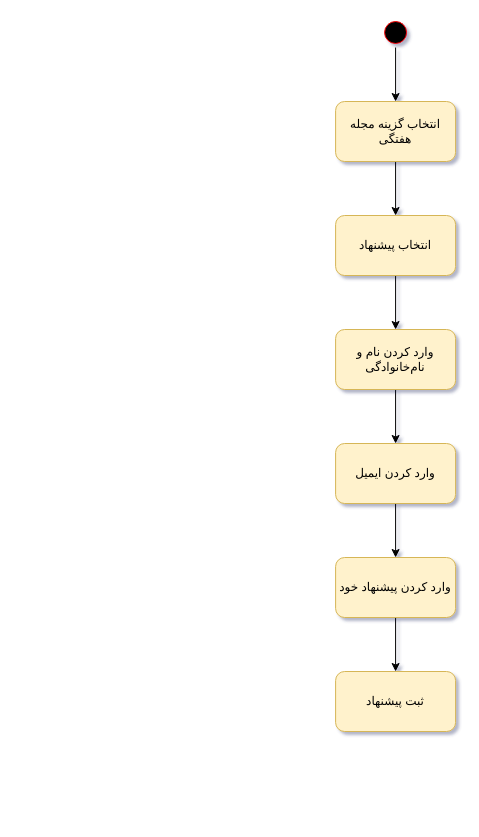
Above: page "پیشنهاد برای مجله" (4 of 19) of ActivityDiagram.drawio in Matinrezaei/Software-Lab (draw.io), before the change. Source tidied: cells renumbered, new cells numbered last; positions are measured from the earlier drawing's top-left corner, leaving out a move shared by most shapes. Both pictures are drawn from the tidied source at 100%, with x=0, y=0 at pixel (335, 17).
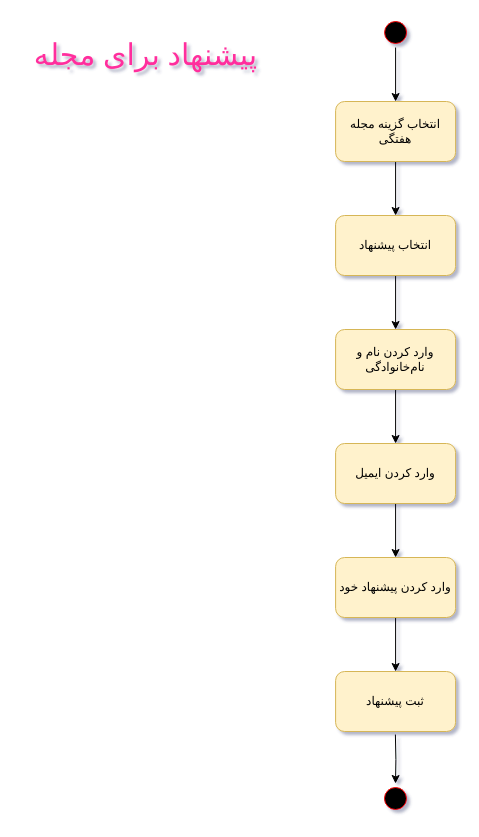
Above is the later version.

Change to the diagram source:
```diff
@@
 <mxGraphModel shadow="1">
   <root>
     <mxCell id="0" />
     <mxCell id="1" parent="0" />
     <mxCell id="2" style="edgeStyle=orthogonalEdgeStyle;rounded=0;jettySize=auto;html=1;entryX=0.5;entryY=0;entryDx=0;entryDy=0;" parent="1" edge="1" source="3" target="5">
       <mxGeometry relative="1" as="geometry" />
     </mxCell>
     <mxCell id="3" style="ellipse;html=1;shape=startState;fillColor=#000000;strokeColor=#ff0000;" parent="1" vertex="1">
       <mxGeometry x="45.1" width="30" height="30" as="geometry" />
     </mxCell>
     <mxCell id="4" style="edgeStyle=orthogonalEdgeStyle;rounded=0;jettySize=auto;html=1;entryX=0.5;entryY=0;entryDx=0;entryDy=0;" parent="1" edge="1" source="5" target="7">
       <mxGeometry relative="1" as="geometry" />
     </mxCell>
     <mxCell id="5" value="انتخاب گزینه مجله هفتگی" style="rounded=1;whiteSpace=wrap;html=1;fillColor=#fff2cc;strokeColor=#d6b656;" parent="1" vertex="1">
       <mxGeometry x="0.1" y="84" width="120" height="60" as="geometry" />
     </mxCell>
     <mxCell id="6" style="edgeStyle=orthogonalEdgeStyle;rounded=0;jettySize=auto;html=1;" parent="1" edge="1" source="7" target="9">
       <mxGeometry relative="1" as="geometry" />
     </mxCell>
     <mxCell id="7" value="انتخاب پیشنهاد" style="rounded=1;whiteSpace=wrap;html=1;fillColor=#fff2cc;strokeColor=#d6b656;" parent="1" vertex="1">
       <mxGeometry x="0.1" y="198" width="120" height="60" as="geometry" />
     </mxCell>
     <mxCell id="8" style="edgeStyle=orthogonalEdgeStyle;rounded=0;jettySize=auto;html=1;entryX=0.5;entryY=0;entryDx=0;entryDy=0;" parent="1" edge="1" source="9" target="11">
       <mxGeometry relative="1" as="geometry" />
     </mxCell>
     <mxCell id="9" value="وارد کردن نام و نام‌خانوادگی" style="rounded=1;whiteSpace=wrap;html=1;fillColor=#fff2cc;strokeColor=#d6b656;" parent="1" vertex="1">
       <mxGeometry x="0.1" y="312" width="120" height="60" as="geometry" />
     </mxCell>
     <mxCell id="10" style="edgeStyle=orthogonalEdgeStyle;rounded=0;jettySize=auto;html=1;entryX=0.5;entryY=0;entryDx=0;entryDy=0;" parent="1" edge="1" source="11" target="13">
       <mxGeometry relative="1" as="geometry" />
     </mxCell>
     <mxCell id="11" value="وارد کردن ایمیل" style="rounded=1;whiteSpace=wrap;html=1;fillColor=#fff2cc;strokeColor=#d6b656;" parent="1" vertex="1">
       <mxGeometry x="0.1" y="426" width="120" height="60" as="geometry" />
     </mxCell>
     <mxCell id="12" style="edgeStyle=orthogonalEdgeStyle;rounded=0;jettySize=auto;html=1;entryX=0.5;entryY=0;entryDx=0;entryDy=0;" parent="1" edge="1" source="13" target="14">
       <mxGeometry relative="1" as="geometry" />
     </mxCell>
     <mxCell id="13" value="وارد کردن پیشنهاد خود" style="rounded=1;whiteSpace=wrap;html=1;fillColor=#fff2cc;strokeColor=#d6b656;" parent="1" vertex="1">
       <mxGeometry x="0.1" y="540" width="120" height="60" as="geometry" />
     </mxCell>
     <mxCell id="14" value="ثبت پیشنهاد" style="rounded=1;whiteSpace=wrap;html=1;fillColor=#fff2cc;strokeColor=#d6b656;" parent="1" vertex="1">
       <mxGeometry x="0.1" y="654" width="120" height="60" as="geometry" />
     </mxCell>
+    <mxCell id="15" style="edgeStyle=orthogonalEdgeStyle;rounded=0;jettySize=auto;html=1;" parent="1" edge="1" target="16">
+      <mxGeometry relative="1" as="geometry">
+        <mxPoint x="59.9" y="717" as="sourcePoint" />
+      </mxGeometry>
+    </mxCell>
+    <mxCell id="16" style="ellipse;html=1;shape=startState;fillColor=#000000;strokeColor=#ff0000;" parent="1" vertex="1">
+      <mxGeometry x="45" y="766" width="30" height="30" as="geometry" />
+    </mxCell>
+    <mxCell id="17" value="&lt;font style=&quot;font-size: 30px;&quot; color=&quot;#ff2e9d&quot; face=&quot;Tahoma&quot;&gt;پیشنهاد برای مجله&lt;/font&gt;" style="text;html=1;align=center;verticalAlign=middle;strokeColor=none;fillColor=none;" parent="1" vertex="1">
+      <mxGeometry x="-318" y="12" width="255" height="48" as="geometry" />
+    </mxCell>
   </root>
 </mxGraphModel>
```
